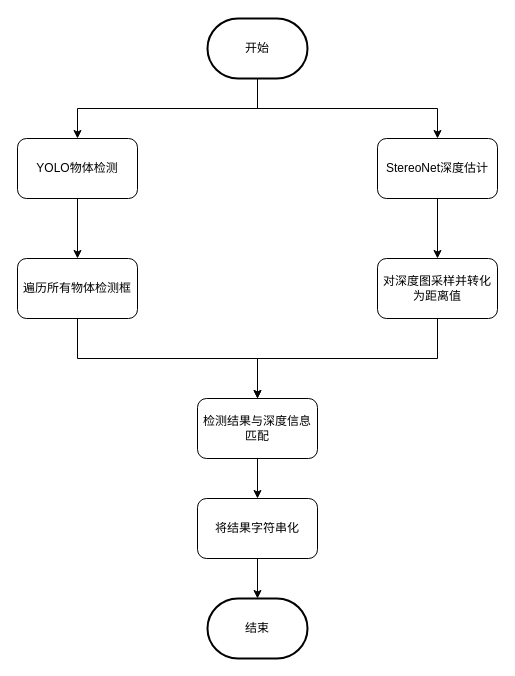
Before: 物体检测结果图和深度图融合.drawio in yuxibiwin/draw, a draw.io diagram. Source tidied: cells renumbered, new cells numbered last; positions are measured from the earlier drawing's top-left corner, leaving out a move shared by most shapes. Both pictures are drawn from the tidied source at 100%, with x=0, y=0 at pixel (17, 18).
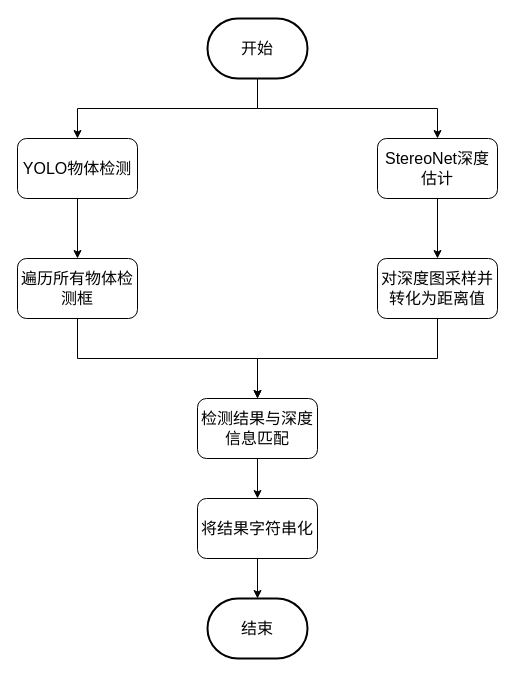
After the change.

Commit message (it also covers changes not shown here):
更新物体检测结果图和深度图融合.drawio

Diff of the diagram source:
```diff
@@
-    <mxCell id="2" style="edgeStyle=orthogonalEdgeStyle;rounded=0;jettySize=auto;html=1;exitX=0.5;exitY=1;exitDx=0;exitDy=0;exitPerimeter=0;entryX=0.5;entryY=0;entryDx=0;entryDy=0;" parent="1" edge="1" source="4" target="7">
+    <mxCell id="2" style="edgeStyle=orthogonalEdgeStyle;rounded=0;jettySize=auto;html=1;exitX=0.5;exitY=1;exitDx=0;exitDy=0;exitPerimeter=0;entryX=0.5;entryY=0;entryDx=0;entryDy=0;fontSize=16;" parent="1" edge="1" source="4" target="7">
       <mxGeometry relative="1" as="geometry" />
     </mxCell>
-    <mxCell id="3" style="edgeStyle=orthogonalEdgeStyle;rounded=0;jettySize=auto;html=1;entryX=0.5;entryY=0;entryDx=0;entryDy=0;" parent="1" edge="1" source="4" target="9">
+    <mxCell id="3" style="edgeStyle=orthogonalEdgeStyle;rounded=0;jettySize=auto;html=1;entryX=0.5;entryY=0;entryDx=0;entryDy=0;fontSize=16;" parent="1" edge="1" source="4" target="9">
       <mxGeometry relative="1" as="geometry">
         <Array as="points">
           <mxPoint x="240" y="90" />
           <mxPoint x="420" y="90" />
         </Array>
       </mxGeometry>
     </mxCell>
-    <mxCell id="4" value="开始" style="strokeWidth=2;html=1;shape=mxgraph.flowchart.terminator;whiteSpace=wrap;" parent="1" vertex="1">
+    <mxCell id="4" value="开始" style="strokeWidth=2;html=1;shape=mxgraph.flowchart.terminator;whiteSpace=wrap;fontSize=16;" parent="1" vertex="1">
       <mxGeometry x="190" width="100" height="60" as="geometry" />
     </mxCell>
-    <mxCell id="5" value="结束" style="strokeWidth=2;html=1;shape=mxgraph.flowchart.terminator;whiteSpace=wrap;" parent="1" vertex="1">
+    <mxCell id="5" value="结束" style="strokeWidth=2;html=1;shape=mxgraph.flowchart.terminator;whiteSpace=wrap;fontSize=16;" parent="1" vertex="1">
       <mxGeometry x="190" y="580" width="100" height="60" as="geometry" />
     </mxCell>
-    <mxCell id="6" style="edgeStyle=orthogonalEdgeStyle;rounded=0;jettySize=auto;html=1;entryX=0.5;entryY=0;entryDx=0;entryDy=0;" parent="1" edge="1" source="7" target="11">
+    <mxCell id="6" style="edgeStyle=orthogonalEdgeStyle;rounded=0;jettySize=auto;html=1;entryX=0.5;entryY=0;entryDx=0;entryDy=0;fontSize=16;" parent="1" edge="1" source="7" target="11">
       <mxGeometry relative="1" as="geometry" />
     </mxCell>
-    <mxCell id="7" value="YOLO物体检测" style="rounded=1;whiteSpace=wrap;html=1;" parent="1" vertex="1">
+    <mxCell id="7" value="YOLO物体检测" style="rounded=1;whiteSpace=wrap;html=1;fontSize=16;" parent="1" vertex="1">
       <mxGeometry y="120" width="120" height="60" as="geometry" />
     </mxCell>
-    <mxCell id="8" style="edgeStyle=orthogonalEdgeStyle;rounded=0;jettySize=auto;html=1;entryX=0.5;entryY=0;entryDx=0;entryDy=0;" parent="1" edge="1" source="9" target="13">
+    <mxCell id="8" style="edgeStyle=orthogonalEdgeStyle;rounded=0;jettySize=auto;html=1;entryX=0.5;entryY=0;entryDx=0;entryDy=0;fontSize=16;" parent="1" edge="1" source="9" target="13">
       <mxGeometry relative="1" as="geometry" />
     </mxCell>
-    <mxCell id="9" value="StereoNet深度估计" style="rounded=1;whiteSpace=wrap;html=1;" parent="1" vertex="1">
+    <mxCell id="9" value="StereoNet深度估计" style="rounded=1;whiteSpace=wrap;html=1;fontSize=16;" parent="1" vertex="1">
       <mxGeometry x="360" y="120" width="120" height="60" as="geometry" />
     </mxCell>
-    <mxCell id="10" style="edgeStyle=orthogonalEdgeStyle;rounded=0;jettySize=auto;html=1;entryX=0.5;entryY=0;entryDx=0;entryDy=0;" parent="1" edge="1" source="11" target="15">
+    <mxCell id="10" style="edgeStyle=orthogonalEdgeStyle;rounded=0;jettySize=auto;html=1;entryX=0.5;entryY=0;entryDx=0;entryDy=0;fontSize=16;" parent="1" edge="1" source="11" target="15">
       <mxGeometry relative="1" as="geometry">
         <Array as="points">
           <mxPoint x="60" y="340" />
           <mxPoint x="240" y="340" />
         </Array>
       </mxGeometry>
     </mxCell>
-    <mxCell id="11" value="遍历所有物体检测框" style="rounded=1;whiteSpace=wrap;html=1;" parent="1" vertex="1">
+    <mxCell id="11" value="遍历所有物体检测框" style="rounded=1;whiteSpace=wrap;html=1;fontSize=16;" parent="1" vertex="1">
       <mxGeometry y="240" width="120" height="60" as="geometry" />
     </mxCell>
-    <mxCell id="12" style="edgeStyle=orthogonalEdgeStyle;rounded=0;jettySize=auto;html=1;" parent="1" edge="1" source="13">
+    <mxCell id="12" style="edgeStyle=orthogonalEdgeStyle;rounded=0;jettySize=auto;html=1;fontSize=16;" parent="1" edge="1" source="13">
       <mxGeometry relative="1" as="geometry">
         <mxPoint x="240" y="380" as="targetPoint" />
         <Array as="points">
           <mxPoint x="420" y="340" />
           <mxPoint x="240" y="340" />
         </Array>
       </mxGeometry>
     </mxCell>
-    <mxCell id="13" value="对深度图采样并转化为距离值" style="rounded=1;whiteSpace=wrap;html=1;" parent="1" vertex="1">
+    <mxCell id="13" value="对深度图采样并转化为距离值" style="rounded=1;whiteSpace=wrap;html=1;fontSize=16;" parent="1" vertex="1">
       <mxGeometry x="360" y="240" width="120" height="60" as="geometry" />
     </mxCell>
-    <mxCell id="14" style="edgeStyle=orthogonalEdgeStyle;rounded=0;jettySize=auto;html=1;entryX=0.5;entryY=0;entryDx=0;entryDy=0;" parent="1" edge="1" source="15" target="17">
+    <mxCell id="14" style="edgeStyle=orthogonalEdgeStyle;rounded=0;jettySize=auto;html=1;entryX=0.5;entryY=0;entryDx=0;entryDy=0;fontSize=16;" parent="1" edge="1" source="15" target="17">
       <mxGeometry relative="1" as="geometry" />
     </mxCell>
-    <mxCell id="15" value="检测结果与深度信息匹配" style="rounded=1;whiteSpace=wrap;html=1;" parent="1" vertex="1">
+    <mxCell id="15" value="检测结果与深度信息匹配" style="rounded=1;whiteSpace=wrap;html=1;fontSize=16;" parent="1" vertex="1">
       <mxGeometry x="180" y="380" width="120" height="60" as="geometry" />
     </mxCell>
-    <mxCell id="16" style="edgeStyle=orthogonalEdgeStyle;rounded=0;jettySize=auto;html=1;entryX=0.5;entryY=0;entryDx=0;entryDy=0;entryPerimeter=0;" parent="1" edge="1" source="17" target="5">
+    <mxCell id="16" style="edgeStyle=orthogonalEdgeStyle;rounded=0;jettySize=auto;html=1;entryX=0.5;entryY=0;entryDx=0;entryDy=0;entryPerimeter=0;fontSize=16;" parent="1" edge="1" source="17" target="5">
       <mxGeometry relative="1" as="geometry" />
     </mxCell>
-    <mxCell id="17" value="将结果字符串化" style="rounded=1;whiteSpace=wrap;html=1;" parent="1" vertex="1">
+    <mxCell id="17" value="将结果字符串化" style="rounded=1;whiteSpace=wrap;html=1;fontSize=16;" parent="1" vertex="1">
       <mxGeometry x="180" y="480" width="120" height="60" as="geometry" />
     </mxCell>
```
